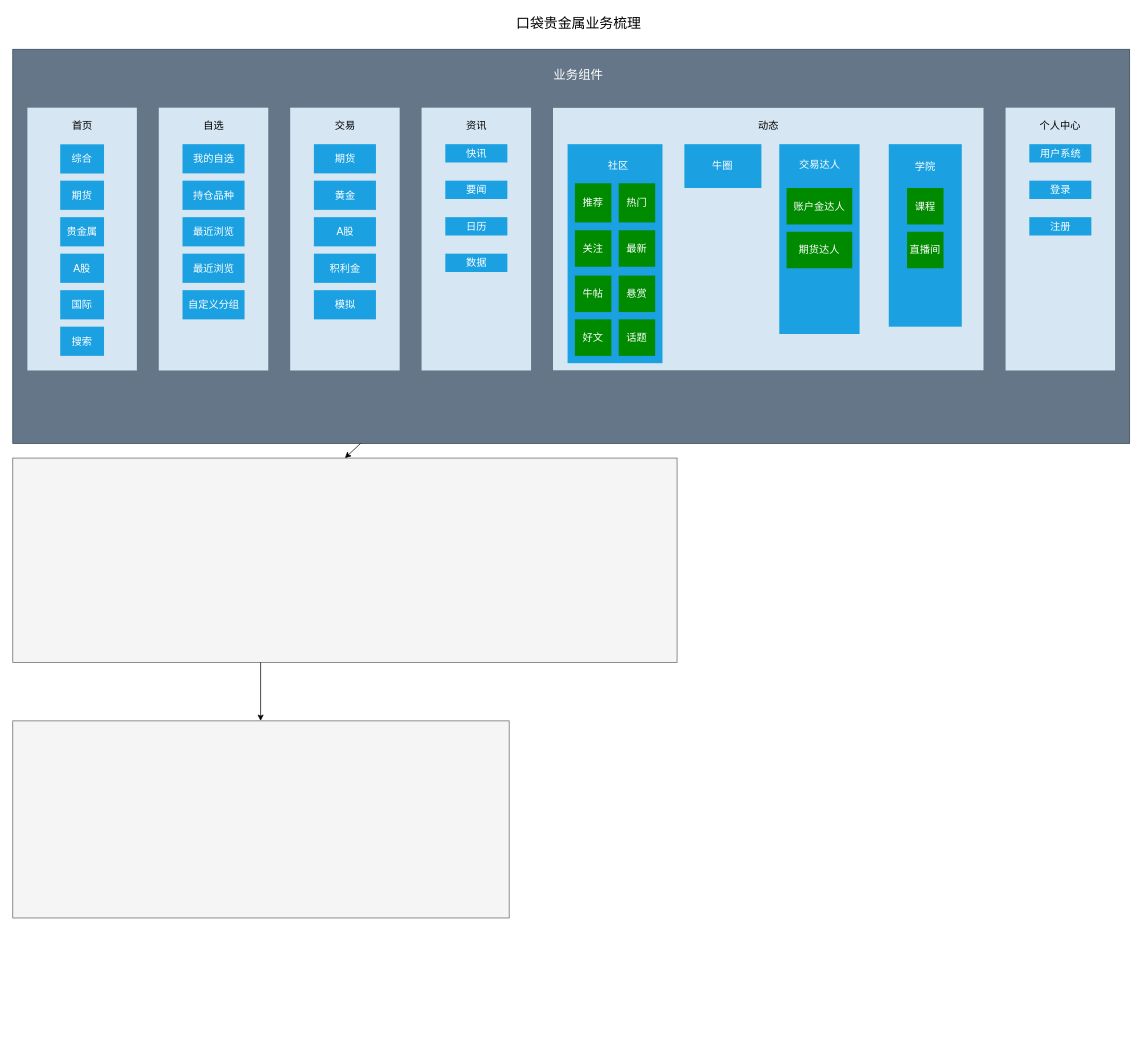
Earlier version of the draw.io diagram 口袋贵金属业务梳理.drawio (CY-0227/YC_Binary_Config). Source tidied: cells renumbered, new cells numbered last; positions are measured from the earlier drawing's top-left corner, leaving out a move shared by most shapes. Both pictures are drawn from the tidied source at 73%, with x=0, y=0 at pixel (12, 12).
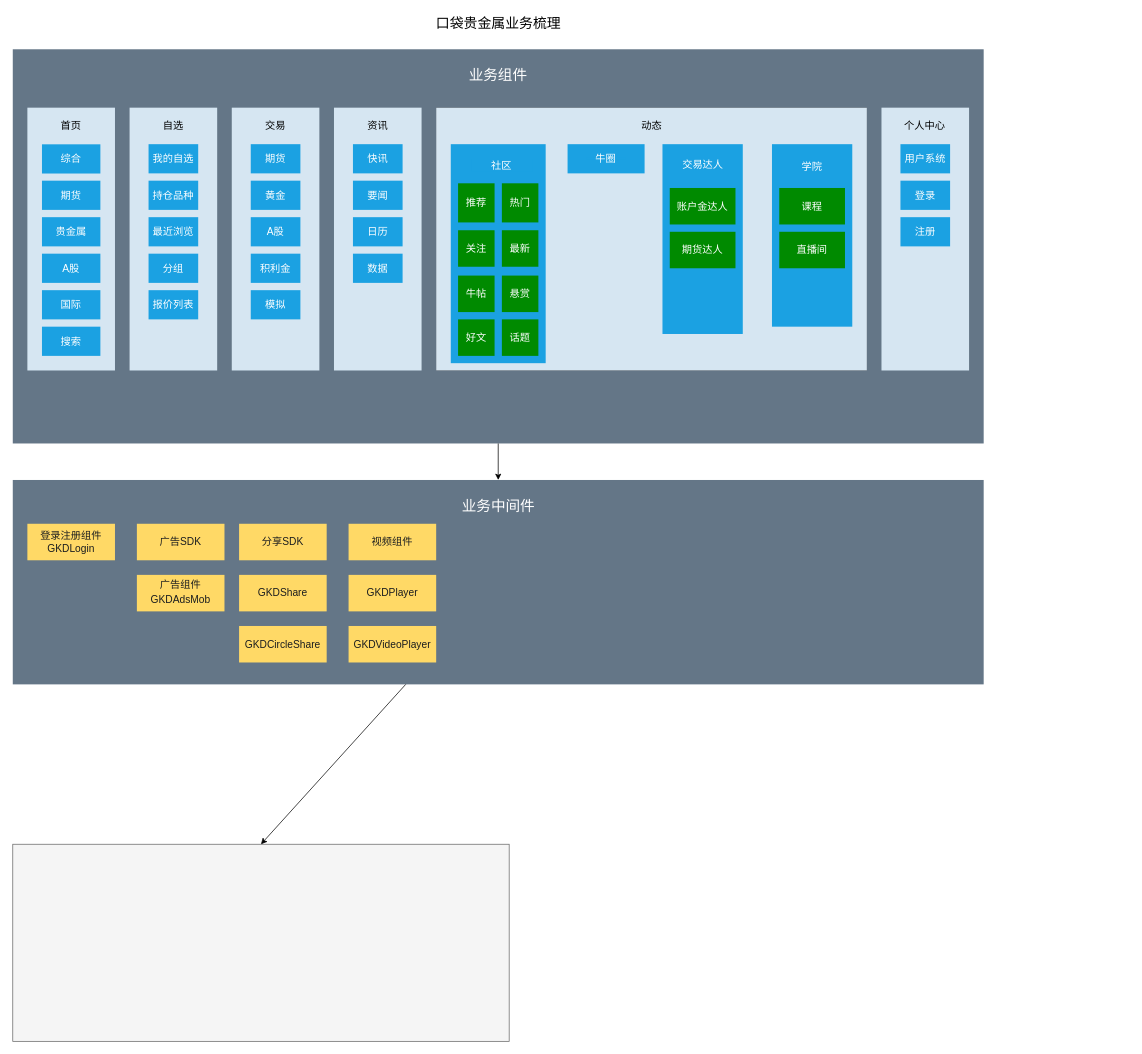
Above is the later version.

Commit message (it also covers changes not shown here):
更新口袋贵金属业务梳理.drawio

The edit, as a diff of the source:
```diff
@@
-    <mxCell id="2" style="rounded=0;whiteSpace=wrap;html=1;fillColor=#647687;strokeColor=#314354;fontColor=#ffffff;" parent="1" vertex="1">
-      <mxGeometry y="50" width="1530" height="540" as="geometry" />
+    <mxCell id="2" style="rounded=0;whiteSpace=wrap;html=1;fillColor=#647687;strokeColor=none;fontColor=#ffffff;" parent="1" vertex="1">
+      <mxGeometry y="50" width="1330" height="540" as="geometry" />
     </mxCell>
-    <mxCell id="3" style="rounded=0;whiteSpace=wrap;html=1;fillColor=#f5f5f5;strokeColor=#666666;fontColor=#333333;" parent="1" vertex="1">
-      <mxGeometry y="610" width="910" height="280" as="geometry" />
+    <mxCell id="3" style="rounded=0;whiteSpace=wrap;html=1;fillColor=#647687;strokeColor=none;fontColor=#333333;" parent="1" vertex="1">
+      <mxGeometry y="640" width="1330" height="280" as="geometry" />
     </mxCell>
     <mxCell id="4" style="rounded=0;whiteSpace=wrap;html=1;fillColor=#f5f5f5;strokeColor=#666666;fontColor=#333333;" parent="1" vertex="1">
-      <mxGeometry y="970" width="680" height="270" as="geometry" />
+      <mxGeometry y="1139" width="680" height="270" as="geometry" />
     </mxCell>
@@
-    <mxCell id="7" style="endArrow=classic;html=1;rounded=0;entryX=0.5;entryY=0;entryDx=0;entryDy=0;" parent="1" edge="1">
-      <mxGeometry relative="1" as="geometry">
-        <mxPoint x="339.5" y="890" as="sourcePoint" />
-        <mxPoint x="339.5" y="970" as="targetPoint" />
-      </mxGeometry>
+    <mxCell id="7" style="endArrow=classic;html=1;rounded=0;entryX=0.5;entryY=0;entryDx=0;entryDy=0;" parent="1" edge="1" source="3" target="4">
+      <mxGeometry relative="1" as="geometry" />
     </mxCell>
     <mxCell id="8" value="&lt;font style=&quot;font-size: 19px&quot;&gt;口袋贵金属业务梳理&lt;/font&gt;" style="text;html=1;strokeColor=none;fillColor=none;align=center;verticalAlign=middle;whiteSpace=wrap;rounded=0;" parent="1" vertex="1">
-      <mxGeometry x="652.5" width="245" height="30" as="geometry" />
+      <mxGeometry x="542.5" width="245" height="30" as="geometry" />
     </mxCell>
-    <mxCell id="9" value="&lt;font style=&quot;font-size: 17px&quot;&gt;业务组件&lt;/font&gt;" style="text;html=1;strokeColor=none;fillColor=none;align=center;verticalAlign=middle;whiteSpace=wrap;rounded=0;fontSize=19;fontColor=#FFFFFF;" parent="1" vertex="1">
-      <mxGeometry x="710" y="70" width="130" height="30" as="geometry" />
+    <mxCell id="9" value="&lt;font style=&quot;font-size: 20px;&quot;&gt;业务组件&lt;/font&gt;" style="text;html=1;strokeColor=none;fillColor=none;align=center;verticalAlign=middle;whiteSpace=wrap;rounded=0;fontSize=20;fontColor=#FFFFFF;" parent="1" vertex="1">
+      <mxGeometry x="600" y="70" width="130" height="30" as="geometry" />
     </mxCell>
     <mxCell id="10" style="group;" parent="1" vertex="1">
-      <mxGeometry x="20" y="130" width="150" height="360" as="geometry" />
+      <mxGeometry x="20" y="130" width="100" height="360" as="geometry" />
     </mxCell>
     <mxCell id="11" style="rounded=0;whiteSpace=wrap;html=1;fontSize=17;fontColor=#333333;fillColor=#D6E6F2;strokeColor=none;" parent="10" vertex="1">
-      <mxGeometry width="150" height="360" as="geometry" />
+      <mxGeometry width="120" height="360" as="geometry" />
     </mxCell>
     <mxCell id="12" value="&lt;font style=&quot;font-size: 14px&quot;&gt;首页&lt;/font&gt;" style="text;html=1;strokeColor=none;fillColor=none;align=center;verticalAlign=middle;whiteSpace=wrap;rounded=0;fontSize=17;fontColor=#000000;" parent="10" vertex="1">
-      <mxGeometry x="52.5" y="10" width="45" height="30" as="geometry" />
+      <mxGeometry x="45" y="10" width="30" height="30" as="geometry" />
     </mxCell>
     <mxCell id="13" value="综合" style="text;html=1;strokeColor=none;fillColor=#1ba1e2;align=center;verticalAlign=middle;whiteSpace=wrap;rounded=0;glass=0;fontSize=14;fontColor=#ffffff;" parent="10" vertex="1">
-      <mxGeometry x="45" y="50.2" width="60" height="40" as="geometry" />
+      <mxGeometry x="20" y="50.2" width="80" height="40" as="geometry" />
     </mxCell>
     <mxCell id="14" value="期货" style="text;html=1;strokeColor=none;fillColor=#1ba1e2;align=center;verticalAlign=middle;whiteSpace=wrap;rounded=0;glass=0;fontSize=14;fontColor=#ffffff;" parent="10" vertex="1">
-      <mxGeometry x="45" y="100" width="60" height="40" as="geometry" />
+      <mxGeometry x="20" y="100" width="80" height="40" as="geometry" />
     </mxCell>
     <mxCell id="15" value="贵金属" style="text;html=1;strokeColor=none;fillColor=#1ba1e2;align=center;verticalAlign=middle;whiteSpace=wrap;rounded=0;glass=0;fontSize=14;fontColor=#ffffff;" parent="10" vertex="1">
-      <mxGeometry x="45" y="150" width="60" height="40" as="geometry" />
+      <mxGeometry x="20" y="150" width="80" height="40" as="geometry" />
     </mxCell>
     <mxCell id="16" value="A股" style="text;html=1;strokeColor=none;fillColor=#1ba1e2;align=center;verticalAlign=middle;whiteSpace=wrap;rounded=0;glass=0;fontSize=14;fontColor=#ffffff;" parent="10" vertex="1">
-      <mxGeometry x="45" y="200" width="60" height="40" as="geometry" />
+      <mxGeometry x="20" y="200" width="80" height="40" as="geometry" />
     </mxCell>
     <mxCell id="17" value="国际" style="text;html=1;strokeColor=none;fillColor=#1ba1e2;align=center;verticalAlign=middle;whiteSpace=wrap;rounded=0;glass=0;fontSize=14;fontColor=#ffffff;" parent="10" vertex="1">
-      <mxGeometry x="45" y="250" width="60" height="40" as="geometry" />
+      <mxGeometry x="20" y="250" width="80" height="40" as="geometry" />
     </mxCell>
     <mxCell id="18" value="搜索" style="text;html=1;strokeColor=none;fillColor=#1ba1e2;align=center;verticalAlign=middle;whiteSpace=wrap;rounded=0;glass=0;fontSize=14;fontColor=#ffffff;" parent="10" vertex="1">
-      <mxGeometry x="45" y="300" width="60" height="40" as="geometry" />
+      <mxGeometry x="20" y="300" width="80" height="40" as="geometry" />
     </mxCell>
     <mxCell id="19" style="group;" parent="1" vertex="1">
-      <mxGeometry x="200" y="130" width="150" height="360" as="geometry" />
+      <mxGeometry x="160" y="130" width="120" height="360" as="geometry" />
     </mxCell>
     <mxCell id="20" style="rounded=0;whiteSpace=wrap;html=1;fontSize=17;fontColor=#333333;fillColor=#D6E6F2;strokeColor=none;" parent="19" vertex="1">
-      <mxGeometry width="150" height="360" as="geometry" />
+      <mxGeometry width="120" height="360" as="geometry" />
     </mxCell>
     <mxCell id="21" value="&lt;span style=&quot;font-size: 14px&quot;&gt;自选&lt;/span&gt;" style="text;html=1;strokeColor=none;fillColor=none;align=center;verticalAlign=middle;whiteSpace=wrap;rounded=0;fontSize=17;fontColor=#000000;" parent="19" vertex="1">
-      <mxGeometry x="52.5" y="10" width="45" height="30" as="geometry" />
+      <mxGeometry x="42" y="10" width="36" height="30" as="geometry" />
     </mxCell>
     <mxCell id="22" value="我的自选" style="text;html=1;strokeColor=none;fillColor=#1ba1e2;align=center;verticalAlign=middle;whiteSpace=wrap;rounded=0;glass=0;fontSize=14;fontColor=#ffffff;" parent="19" vertex="1">
-      <mxGeometry x="32.5" y="50" width="85" height="40" as="geometry" />
+      <mxGeometry x="26" y="50" width="68" height="40" as="geometry" />
     </mxCell>
     <mxCell id="23" value="持仓品种" style="text;html=1;strokeColor=none;fillColor=#1ba1e2;align=center;verticalAlign=middle;whiteSpace=wrap;rounded=0;glass=0;fontSize=14;fontColor=#ffffff;" parent="19" vertex="1">
-      <mxGeometry x="32.5" y="100" width="85" height="40" as="geometry" />
+      <mxGeometry x="26" y="100" width="68" height="40" as="geometry" />
     </mxCell>
     <mxCell id="24" value="最近浏览" style="text;html=1;strokeColor=none;fillColor=#1ba1e2;align=center;verticalAlign=middle;whiteSpace=wrap;rounded=0;glass=0;fontSize=14;fontColor=#ffffff;" parent="19" vertex="1">
-      <mxGeometry x="32.5" y="150" width="85" height="40" as="geometry" />
+      <mxGeometry x="26" y="150" width="68" height="40" as="geometry" />
     </mxCell>
-    <mxCell id="25" value="最近浏览" style="text;html=1;strokeColor=none;fillColor=#1ba1e2;align=center;verticalAlign=middle;whiteSpace=wrap;rounded=0;glass=0;fontSize=14;fontColor=#ffffff;" parent="19" vertex="1">
-      <mxGeometry x="32.5" y="200" width="85" height="40" as="geometry" />
+    <mxCell id="25" value="分组" style="text;html=1;strokeColor=none;fillColor=#1ba1e2;align=center;verticalAlign=middle;whiteSpace=wrap;rounded=0;glass=0;fontSize=14;fontColor=#ffffff;" parent="19" vertex="1">
+      <mxGeometry x="26" y="200" width="68" height="40" as="geometry" />
     </mxCell>
-    <mxCell id="26" value="自定义分组" style="text;html=1;strokeColor=none;fillColor=#1ba1e2;align=center;verticalAlign=middle;whiteSpace=wrap;rounded=0;glass=0;fontSize=14;fontColor=#ffffff;" parent="19" vertex="1">
-      <mxGeometry x="32.5" y="250" width="85" height="40" as="geometry" />
+    <mxCell id="26" value="报价列表" style="text;html=1;strokeColor=none;fillColor=#1ba1e2;align=center;verticalAlign=middle;whiteSpace=wrap;rounded=0;glass=0;fontSize=14;fontColor=#ffffff;" parent="19" vertex="1">
+      <mxGeometry x="26" y="250" width="68" height="40" as="geometry" />
     </mxCell>
     <mxCell id="27" style="group;fillColor=#1B1D1F;strokeColor=none;" parent="1" vertex="1">
-      <mxGeometry x="740" y="130" width="590" height="360" as="geometry" />
+      <mxGeometry x="580" y="130" width="590" height="360" as="geometry" />
     </mxCell>
@@
     <mxCell id="30" style="group;fillColor=#1ba1e2;strokeColor=none;rounded=0;glass=0;fontColor=#ffffff;" parent="27" vertex="1">
-      <mxGeometry x="180" y="50" width="105.5" height="60" as="geometry" />
+      <mxGeometry x="180" y="50" width="105.5" height="40" as="geometry" />
     </mxCell>
     <mxCell id="31" value="牛圈" style="text;html=1;strokeColor=none;fillColor=#1ba1e2;align=center;verticalAlign=middle;whiteSpace=wrap;rounded=0;fontSize=14;fontColor=#ffffff;" parent="30" vertex="1">
-      <mxGeometry x="26.4" y="27.5" width="52.8" height="5" as="geometry" />
+      <mxGeometry x="26.4" y="18.3" width="52.8" height="3.3" as="geometry" />
     </mxCell>
@@
     <mxCell id="37" style="group;" parent="27" vertex="1">
-      <mxGeometry x="460" y="50" width="100" height="250" as="geometry" />
+      <mxGeometry x="460" y="50" width="110" height="250" as="geometry" />
     </mxCell>
     <mxCell id="38" style="rounded=0;whiteSpace=wrap;html=1;fontSize=14;fillColor=#1ba1e2;strokeColor=none;fontColor=#ffffff;" parent="37" vertex="1">
-      <mxGeometry width="100" height="250" as="geometry" />
+      <mxGeometry width="110" height="250" as="geometry" />
     </mxCell>
     <mxCell id="39" value="学院" style="text;html=1;strokeColor=none;fillColor=none;align=center;verticalAlign=middle;whiteSpace=wrap;rounded=0;fontSize=14;fontColor=#FFFFFF;" parent="37" vertex="1">
-      <mxGeometry x="20" width="60" height="62.5" as="geometry" />
+      <mxGeometry x="22" width="66" height="62.5" as="geometry" />
     </mxCell>
     <mxCell id="40" value="课程" style="text;html=1;strokeColor=none;fillColor=#008a00;align=center;verticalAlign=middle;whiteSpace=wrap;rounded=0;glass=0;fontSize=14;fontColor=#ffffff;" parent="37" vertex="1">
-      <mxGeometry x="25" y="60" width="50" height="50" as="geometry" />
+      <mxGeometry x="10" y="60" width="90" height="50" as="geometry" />
     </mxCell>
     <mxCell id="41" value="直播间" style="text;html=1;strokeColor=none;fillColor=#008a00;align=center;verticalAlign=middle;whiteSpace=wrap;rounded=0;glass=0;fontSize=14;fontColor=#ffffff;" parent="37" vertex="1">
-      <mxGeometry x="25" y="120" width="50" height="50" as="geometry" />
+      <mxGeometry x="10" y="120" width="90" height="50" as="geometry" />
     </mxCell>
@@
     <mxCell id="53" style="group;" parent="1" vertex="1">
-      <mxGeometry x="380" y="130" width="150" height="360" as="geometry" />
+      <mxGeometry x="300" y="130" width="120" height="360" as="geometry" />
     </mxCell>
     <mxCell id="54" style="rounded=0;whiteSpace=wrap;html=1;fontSize=17;fontColor=#333333;fillColor=#D6E6F2;strokeColor=none;" parent="53" vertex="1">
-      <mxGeometry width="150" height="360" as="geometry" />
+      <mxGeometry width="120" height="360" as="geometry" />
     </mxCell>
     <mxCell id="55" value="&lt;span style=&quot;font-size: 14px&quot;&gt;交易&lt;/span&gt;" style="text;html=1;strokeColor=none;fillColor=none;align=center;verticalAlign=middle;whiteSpace=wrap;rounded=0;fontSize=17;fontColor=#000000;" parent="53" vertex="1">
-      <mxGeometry x="52.5" y="10" width="45" height="30" as="geometry" />
+      <mxGeometry x="42" y="10" width="36" height="30" as="geometry" />
     </mxCell>
     <mxCell id="56" value="期货" style="text;html=1;strokeColor=none;fillColor=#1ba1e2;align=center;verticalAlign=middle;whiteSpace=wrap;rounded=0;glass=0;fontSize=14;fontColor=#ffffff;" parent="53" vertex="1">
-      <mxGeometry x="32.5" y="50" width="85" height="40" as="geometry" />
+      <mxGeometry x="26" y="50" width="68" height="40" as="geometry" />
     </mxCell>
     <mxCell id="57" value="黄金" style="text;html=1;strokeColor=none;fillColor=#1ba1e2;align=center;verticalAlign=middle;whiteSpace=wrap;rounded=0;glass=0;fontSize=14;fontColor=#ffffff;" parent="53" vertex="1">
-      <mxGeometry x="32.5" y="100" width="85" height="40" as="geometry" />
+      <mxGeometry x="26" y="100" width="68" height="40" as="geometry" />
     </mxCell>
     <mxCell id="58" value="A股" style="text;html=1;strokeColor=none;fillColor=#1ba1e2;align=center;verticalAlign=middle;whiteSpace=wrap;rounded=0;glass=0;fontSize=14;fontColor=#ffffff;" parent="53" vertex="1">
-      <mxGeometry x="32.5" y="150" width="85" height="40" as="geometry" />
+      <mxGeometry x="26" y="150" width="68" height="40" as="geometry" />
     </mxCell>
     <mxCell id="59" value="积利金" style="text;html=1;strokeColor=none;fillColor=#1ba1e2;align=center;verticalAlign=middle;whiteSpace=wrap;rounded=0;glass=0;fontSize=14;fontColor=#ffffff;" parent="53" vertex="1">
-      <mxGeometry x="32.5" y="200" width="85" height="40" as="geometry" />
+      <mxGeometry x="26" y="200" width="68" height="40" as="geometry" />
     </mxCell>
     <mxCell id="60" value="模拟" style="text;html=1;strokeColor=none;fillColor=#1ba1e2;align=center;verticalAlign=middle;whiteSpace=wrap;rounded=0;glass=0;fontSize=14;fontColor=#ffffff;" parent="53" vertex="1">
-      <mxGeometry x="32.5" y="250" width="85" height="40" as="geometry" />
+      <mxGeometry x="26" y="250" width="68" height="40" as="geometry" />
     </mxCell>
     <mxCell id="61" style="group;" parent="1" vertex="1">
-      <mxGeometry x="560" y="130" width="150" height="360" as="geometry" />
+      <mxGeometry x="440" y="130" width="120" height="360" as="geometry" />
     </mxCell>
     <mxCell id="62" style="rounded=0;whiteSpace=wrap;html=1;fontSize=17;fontColor=#333333;fillColor=#D6E6F2;strokeColor=none;" parent="61" vertex="1">
-      <mxGeometry width="150" height="360" as="geometry" />
+      <mxGeometry width="120" height="360" as="geometry" />
     </mxCell>
     <mxCell id="63" value="&lt;span style=&quot;font-size: 14px&quot;&gt;资讯&lt;/span&gt;" style="text;html=1;strokeColor=none;fillColor=none;align=center;verticalAlign=middle;whiteSpace=wrap;rounded=0;fontSize=17;fontColor=#000000;" parent="61" vertex="1">
-      <mxGeometry x="52.5" y="10" width="45" height="30" as="geometry" />
+      <mxGeometry x="42" y="10" width="36" height="30" as="geometry" />
     </mxCell>
     <mxCell id="64" value="快讯" style="text;html=1;strokeColor=none;fillColor=#1ba1e2;align=center;verticalAlign=middle;whiteSpace=wrap;rounded=0;glass=0;fontSize=14;fontColor=#ffffff;" parent="61" vertex="1">
-      <mxGeometry x="32.5" y="50" width="85" height="25.1" as="geometry" />
+      <mxGeometry x="26" y="50" width="68" height="40" as="geometry" />
     </mxCell>
     <mxCell id="65" value="要闻" style="text;html=1;strokeColor=none;fillColor=#1ba1e2;align=center;verticalAlign=middle;whiteSpace=wrap;rounded=0;glass=0;fontSize=14;fontColor=#ffffff;" parent="61" vertex="1">
-      <mxGeometry x="32.5" y="100" width="85" height="25.1" as="geometry" />
+      <mxGeometry x="26" y="100" width="68" height="40" as="geometry" />
     </mxCell>
     <mxCell id="66" value="日历" style="text;html=1;strokeColor=none;fillColor=#1ba1e2;align=center;verticalAlign=middle;whiteSpace=wrap;rounded=0;glass=0;fontSize=14;fontColor=#ffffff;" parent="61" vertex="1">
-      <mxGeometry x="32.5" y="150" width="85" height="25.1" as="geometry" />
+      <mxGeometry x="26" y="150" width="68" height="40" as="geometry" />
     </mxCell>
     <mxCell id="67" value="数据" style="text;html=1;strokeColor=none;fillColor=#1ba1e2;align=center;verticalAlign=middle;whiteSpace=wrap;rounded=0;glass=0;fontSize=14;fontColor=#ffffff;" parent="61" vertex="1">
-      <mxGeometry x="32.5" y="200" width="85" height="25.1" as="geometry" />
+      <mxGeometry x="26" y="200" width="68" height="40" as="geometry" />
     </mxCell>
     <mxCell id="68" style="group;" parent="1" vertex="1">
-      <mxGeometry x="1360" y="130" width="150" height="360" as="geometry" />
+      <mxGeometry x="1190" y="130" width="120" height="360" as="geometry" />
     </mxCell>
     <mxCell id="69" style="rounded=0;whiteSpace=wrap;html=1;fontSize=17;fontColor=#333333;fillColor=#D6E6F2;strokeColor=none;" parent="68" vertex="1">
-      <mxGeometry width="150" height="360" as="geometry" />
+      <mxGeometry width="120" height="360" as="geometry" />
     </mxCell>
     <mxCell id="70" value="&lt;span style=&quot;font-size: 14px&quot;&gt;个人中心&lt;/span&gt;" style="text;html=1;strokeColor=none;fillColor=none;align=center;verticalAlign=middle;whiteSpace=wrap;rounded=0;fontSize=17;fontColor=#000000;" parent="68" vertex="1">
-      <mxGeometry x="41.2" y="10" width="67.5" height="30" as="geometry" />
+      <mxGeometry x="26" y="10" width="67" height="30" as="geometry" />
     </mxCell>
     <mxCell id="71" value="用户系统" style="text;html=1;strokeColor=none;fillColor=#1ba1e2;align=center;verticalAlign=middle;whiteSpace=wrap;rounded=0;glass=0;fontSize=14;fontColor=#ffffff;" parent="68" vertex="1">
-      <mxGeometry x="32.5" y="50" width="85" height="25.1" as="geometry" />
+      <mxGeometry x="26" y="50" width="68" height="40" as="geometry" />
     </mxCell>
     <mxCell id="72" value="登录" style="text;html=1;strokeColor=none;fillColor=#1ba1e2;align=center;verticalAlign=middle;whiteSpace=wrap;rounded=0;glass=0;fontSize=14;fontColor=#ffffff;" parent="68" vertex="1">
-      <mxGeometry x="32.5" y="100" width="85" height="25.1" as="geometry" />
+      <mxGeometry x="26" y="100" width="68" height="40" as="geometry" />
     </mxCell>
     <mxCell id="73" value="注册" style="text;html=1;strokeColor=none;fillColor=#1ba1e2;align=center;verticalAlign=middle;whiteSpace=wrap;rounded=0;glass=0;fontSize=14;fontColor=#ffffff;" parent="68" vertex="1">
-      <mxGeometry x="32.5" y="150" width="85" height="25.1" as="geometry" />
+      <mxGeometry x="26" y="150" width="68" height="40" as="geometry" />
     </mxCell>
+    <mxCell id="74" value="业务中间件&lt;br&gt;" style="text;html=1;strokeColor=none;fillColor=none;align=center;verticalAlign=middle;whiteSpace=wrap;rounded=0;glass=0;labelBackgroundColor=none;fontSize=20;fontColor=#FFFFFF;" parent="1" vertex="1">
+      <mxGeometry x="602.5" y="660" width="125" height="30" as="geometry" />
+    </mxCell>
+    <mxCell id="75" value="登录注册组件&lt;br style=&quot;font-size: 14px;&quot;&gt;GKDLogin&lt;br style=&quot;font-size: 14px;&quot;&gt;" style="text;html=1;strokeColor=none;fillColor=#FFD966;align=center;verticalAlign=middle;whiteSpace=wrap;rounded=0;glass=0;labelBackgroundColor=none;fontSize=14;fontColor=#1B1D1F;" parent="1" vertex="1">
+      <mxGeometry x="20" y="700" width="120" height="50" as="geometry" />
+    </mxCell>
+    <mxCell id="76" value="广告SDK" style="text;html=1;strokeColor=none;fillColor=#FFD966;align=center;verticalAlign=middle;whiteSpace=wrap;rounded=0;glass=0;labelBackgroundColor=none;fontSize=14;fontColor=#1B1D1F;" parent="1" vertex="1">
+      <mxGeometry x="170" y="700" width="120" height="50" as="geometry" />
+    </mxCell>
+    <mxCell id="77" value="广告组件&lt;br&gt;&lt;div style=&quot;text-align: left ; line-height: 1.75&quot;&gt;GKDAdsMob&lt;/div&gt;" style="text;html=1;strokeColor=none;fillColor=#FFD966;align=center;verticalAlign=middle;whiteSpace=wrap;rounded=0;glass=0;labelBackgroundColor=none;fontSize=14;fontColor=#1B1D1F;" parent="1" vertex="1">
+      <mxGeometry x="170" y="770" width="120" height="50" as="geometry" />
+    </mxCell>
+    <mxCell id="78" value="分享SDK" style="text;html=1;strokeColor=none;fillColor=#FFD966;align=center;verticalAlign=middle;whiteSpace=wrap;rounded=0;glass=0;labelBackgroundColor=none;fontSize=14;fontColor=#1B1D1F;" parent="1" vertex="1">
+      <mxGeometry x="310" y="700" width="120" height="50" as="geometry" />
+    </mxCell>
+    <mxCell id="79" value="&lt;div style=&quot;line-height: 1.75&quot;&gt;GKDShare&lt;/div&gt;" style="text;html=1;strokeColor=none;fillColor=#FFD966;align=center;verticalAlign=middle;whiteSpace=wrap;rounded=0;glass=0;labelBackgroundColor=none;fontSize=14;fontColor=#1B1D1F;" parent="1" vertex="1">
+      <mxGeometry x="310" y="770" width="120" height="50" as="geometry" />
+    </mxCell>
+    <mxCell id="80" value="视频组件" style="text;html=1;strokeColor=none;fillColor=#FFD966;align=center;verticalAlign=middle;whiteSpace=wrap;rounded=0;glass=0;labelBackgroundColor=none;fontSize=14;fontColor=#1B1D1F;" parent="1" vertex="1">
+      <mxGeometry x="460" y="700" width="120" height="50" as="geometry" />
+    </mxCell>
+    <mxCell id="81" value="&lt;div style=&quot;text-align: left ; line-height: 1.75&quot;&gt;GKDPlayer&lt;/div&gt;" style="text;html=1;strokeColor=none;fillColor=#FFD966;align=center;verticalAlign=middle;whiteSpace=wrap;rounded=0;glass=0;labelBackgroundColor=none;fontSize=14;fontColor=#1B1D1F;" parent="1" vertex="1">
+      <mxGeometry x="460" y="770" width="120" height="50" as="geometry" />
+    </mxCell>
+    <mxCell id="82" value="&lt;div style=&quot;text-align: left ; line-height: 1.75&quot;&gt;&lt;div style=&quot;line-height: 1.75&quot;&gt;GKDVideoPlayer&lt;/div&gt;&lt;/div&gt;" style="text;html=1;strokeColor=none;fillColor=#FFD966;align=center;verticalAlign=middle;whiteSpace=wrap;rounded=0;glass=0;labelBackgroundColor=none;fontSize=14;fontColor=#1B1D1F;" parent="1" vertex="1">
+      <mxGeometry x="460" y="840" width="120" height="50" as="geometry" />
+    </mxCell>
+    <mxCell id="83" value="&lt;div style=&quot;line-height: 1.75&quot;&gt;&lt;span&gt;GKDCircleShare&lt;/span&gt;&lt;br&gt;&lt;/div&gt;" style="text;html=1;strokeColor=none;fillColor=#FFD966;align=center;verticalAlign=middle;whiteSpace=wrap;rounded=0;glass=0;labelBackgroundColor=none;fontSize=14;fontColor=#1B1D1F;" parent="1" vertex="1">
+      <mxGeometry x="310" y="840" width="120" height="50" as="geometry" />
+    </mxCell>
```
